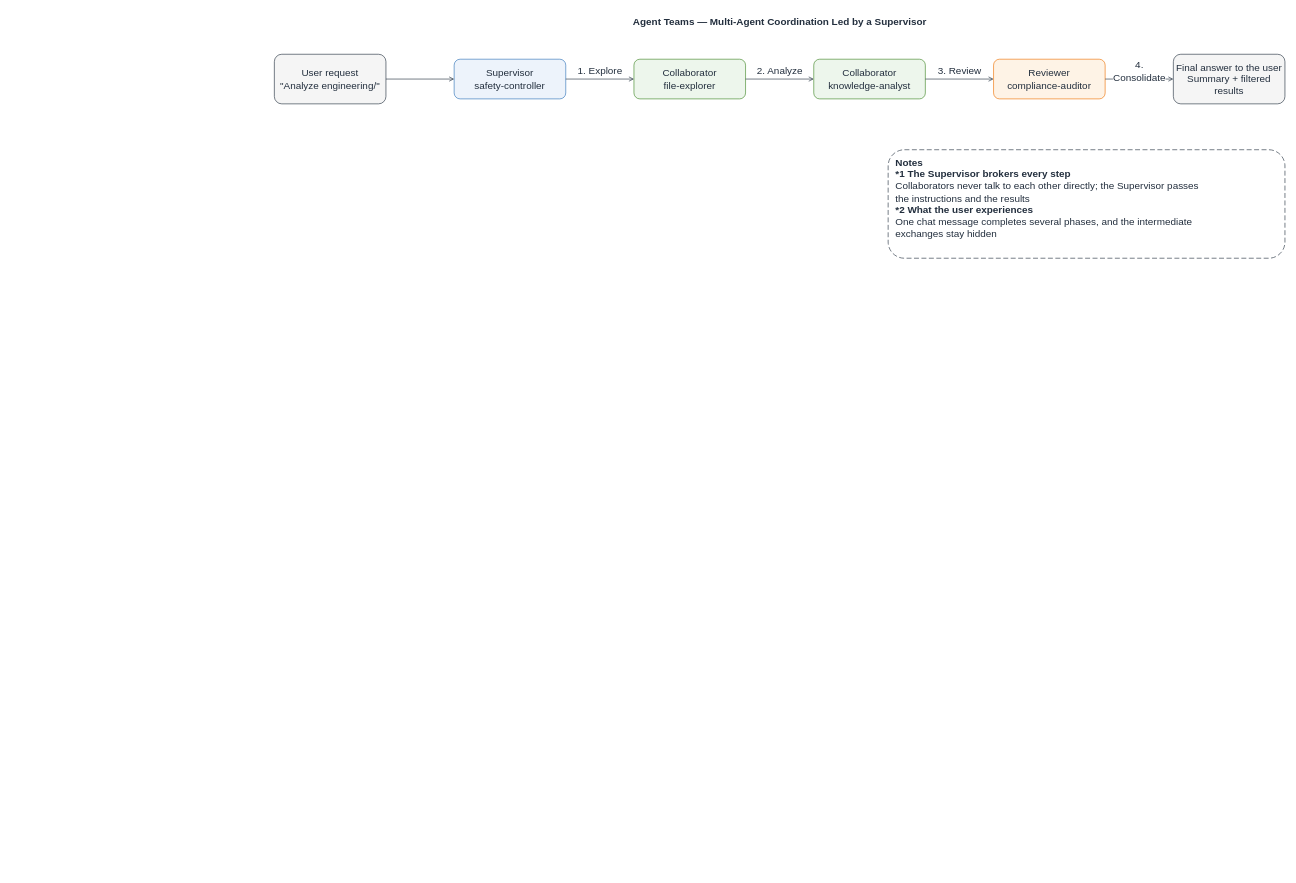
This is docs/diagrams/part3-agent-teams-en.drawio from Yoshiki0705/FSx-for-ONTAP-S3AccessPoints-Serverless-Patterns, a draw.io file, before an edit. Source tidied: cells renumbered, new cells numbered last; positions are measured from the earlier drawing's top-left corner, leaving out a move shared by most shapes. Both pictures are drawn from the tidied source at 62%, with x=0, y=0 at pixel (274, 11).
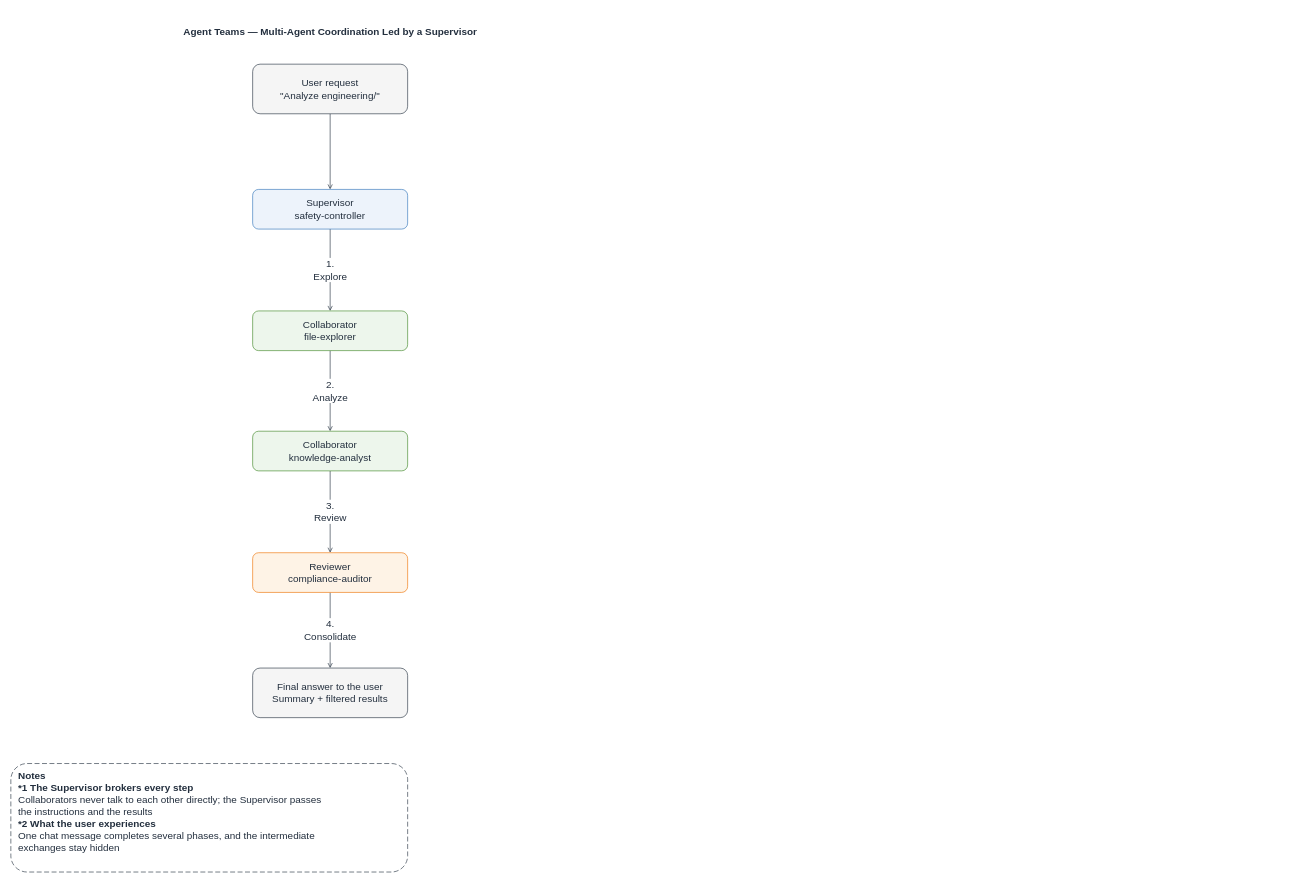
The same diagram, later.

Diff of the diagram source:
```diff
@@
 <mxGraphModel background="#FFFFFF">
   <root>
     <mxCell id="0" />
     <mxCell id="1" parent="0" />
     <mxCell id="2" value="Agent Teams — Multi-Agent Coordination Led by a Supervisor" style="text;html=1;align=center;verticalAlign=middle;fontSize=16;fontStyle=1;fontColor=#232F3E;" parent="1" vertex="1">
-      <mxGeometry width="1630" height="34" as="geometry" />
+      <mxGeometry x="-35" y="16" width="250" height="34" as="geometry" />
     </mxCell>
+    <mxCell id="9" style="edgeStyle=orthogonalEdgeStyle;rounded=0;jettySize=auto;html=1;endArrow=open;endFill=0;strokeColor=#232F3E;strokeWidth=1;fontSize=16;fontColor=#232F3E;labelBackgroundColor=#ffffff;" parent="1" edge="1" source="3" target="4">
+      <mxGeometry relative="1" as="geometry" />
+    </mxCell>
+    <mxCell id="10" value="1.&lt;br&gt;Explore" style="edgeStyle=orthogonalEdgeStyle;rounded=0;jettySize=auto;html=1;endArrow=open;endFill=0;strokeColor=#232F3E;strokeWidth=1;fontSize=16;fontColor=#232F3E;labelBackgroundColor=#ffffff;" parent="1" edge="1" source="4" target="5">
+      <mxGeometry relative="1" as="geometry" />
+    </mxCell>
+    <mxCell id="11" value="2.&lt;br&gt;Analyze" style="edgeStyle=orthogonalEdgeStyle;rounded=0;jettySize=auto;html=1;endArrow=open;endFill=0;strokeColor=#232F3E;strokeWidth=1;fontSize=16;fontColor=#232F3E;labelBackgroundColor=#ffffff;" parent="1" edge="1" source="5" target="6">
+      <mxGeometry relative="1" as="geometry" />
+    </mxCell>
+    <mxCell id="12" value="3.&lt;br&gt;Review" style="edgeStyle=orthogonalEdgeStyle;rounded=0;jettySize=auto;html=1;endArrow=open;endFill=0;strokeColor=#232F3E;strokeWidth=1;fontSize=16;fontColor=#232F3E;labelBackgroundColor=#ffffff;" parent="1" edge="1" source="6" target="7">
+      <mxGeometry relative="1" as="geometry" />
+    </mxCell>
+    <mxCell id="13" value="4.&lt;br&gt;Consolidate" style="edgeStyle=orthogonalEdgeStyle;rounded=0;jettySize=auto;html=1;endArrow=open;endFill=0;strokeColor=#232F3E;strokeWidth=1;fontSize=16;fontColor=#232F3E;labelBackgroundColor=#ffffff;" parent="1" edge="1" source="7" target="8">
+      <mxGeometry relative="1" as="geometry" />
+    </mxCell>
     <mxCell id="3" value="User request&lt;br&gt;&amp;quot;Analyze engineering/&amp;quot;" style="rounded=1;whiteSpace=wrap;html=1;dashed=0;strokeColor=#232F3E;fillColor=#F5F5F5;align=center;verticalAlign=middle;fontSize=16;fontColor=#232F3E;" parent="1" vertex="1">
-      <mxGeometry y="70" width="180" height="80" as="geometry" />
+      <mxGeometry x="-35" y="86" width="250" height="80" as="geometry" />
     </mxCell>
     <mxCell id="4" value="Supervisor&lt;br&gt;safety-controller" style="rounded=1;whiteSpace=wrap;html=1;dashed=0;strokeColor=#2E73B8;fillColor=#EDF3FB;align=center;verticalAlign=middle;fontSize=16;fontColor=#232F3E;" parent="1" vertex="1">
-      <mxGeometry x="290" y="78" width="180" height="64" as="geometry" />
+      <mxGeometry x="-35" y="288" width="250" height="64" as="geometry" />
     </mxCell>
     <mxCell id="5" value="Collaborator&lt;br&gt;file-explorer" style="rounded=1;whiteSpace=wrap;html=1;dashed=0;strokeColor=#3F8624;fillColor=#EDF6EC;align=center;verticalAlign=middle;fontSize=16;fontColor=#232F3E;" parent="1" vertex="1">
-      <mxGeometry x="580" y="78" width="180" height="64" as="geometry" />
+      <mxGeometry x="-35" y="484" width="250" height="64" as="geometry" />
     </mxCell>
     <mxCell id="6" value="Collaborator&lt;br&gt;knowledge-analyst" style="rounded=1;whiteSpace=wrap;html=1;dashed=0;strokeColor=#3F8624;fillColor=#EDF6EC;align=center;verticalAlign=middle;fontSize=16;fontColor=#232F3E;" parent="1" vertex="1">
-      <mxGeometry x="870" y="78" width="180" height="64" as="geometry" />
+      <mxGeometry x="-35" y="678" width="250" height="64" as="geometry" />
     </mxCell>
     <mxCell id="7" value="Reviewer&lt;br&gt;compliance-auditor" style="rounded=1;whiteSpace=wrap;html=1;dashed=0;strokeColor=#ED7100;fillColor=#FEF3E6;align=center;verticalAlign=middle;fontSize=16;fontColor=#232F3E;" parent="1" vertex="1">
-      <mxGeometry x="1160" y="78" width="180" height="64" as="geometry" />
+      <mxGeometry x="-35" y="874" width="250" height="64" as="geometry" />
     </mxCell>
     <mxCell id="8" value="Final answer to the user&lt;br&gt;Summary + filtered results" style="rounded=1;whiteSpace=wrap;html=1;dashed=0;strokeColor=#232F3E;fillColor=#F5F5F5;align=center;verticalAlign=middle;fontSize=16;fontColor=#232F3E;" parent="1" vertex="1">
-      <mxGeometry x="1450" y="70" width="180" height="80" as="geometry" />
+      <mxGeometry x="-35" y="1060" width="250" height="80" as="geometry" />
     </mxCell>
-    <mxCell id="9" style="edgeStyle=orthogonalEdgeStyle;rounded=0;jettySize=auto;html=1;endArrow=open;endFill=0;strokeColor=#232F3E;strokeWidth=1;fontSize=16;fontColor=#232F3E;labelBackgroundColor=#ffffff;" parent="1" edge="1" source="3" target="4">
-      <mxGeometry relative="1" as="geometry" />
-    </mxCell>
-    <mxCell id="10" value="1. Explore" style="edgeStyle=orthogonalEdgeStyle;rounded=0;jettySize=auto;html=1;endArrow=open;endFill=0;strokeColor=#232F3E;strokeWidth=1;fontSize=16;fontColor=#232F3E;labelBackgroundColor=#ffffff;" parent="1" edge="1" source="4" target="5">
-      <mxGeometry relative="1" as="geometry">
-        <mxPoint y="-13" as="offset" />
-      </mxGeometry>
-    </mxCell>
-    <mxCell id="11" value="2. Analyze" style="edgeStyle=orthogonalEdgeStyle;rounded=0;jettySize=auto;html=1;endArrow=open;endFill=0;strokeColor=#232F3E;strokeWidth=1;fontSize=16;fontColor=#232F3E;labelBackgroundColor=#ffffff;" parent="1" edge="1" source="5" target="6">
-      <mxGeometry relative="1" as="geometry">
-        <mxPoint y="-13" as="offset" />
-      </mxGeometry>
-    </mxCell>
-    <mxCell id="12" value="3. Review" style="edgeStyle=orthogonalEdgeStyle;rounded=0;jettySize=auto;html=1;endArrow=open;endFill=0;strokeColor=#232F3E;strokeWidth=1;fontSize=16;fontColor=#232F3E;labelBackgroundColor=#ffffff;" parent="1" edge="1" source="6" target="7">
-      <mxGeometry relative="1" as="geometry">
-        <mxPoint y="-13" as="offset" />
-      </mxGeometry>
-    </mxCell>
-    <mxCell id="13" value="4.&lt;br&gt;Consolidate" style="edgeStyle=orthogonalEdgeStyle;rounded=0;jettySize=auto;html=1;endArrow=open;endFill=0;strokeColor=#232F3E;strokeWidth=1;fontSize=16;fontColor=#232F3E;labelBackgroundColor=#ffffff;" parent="1" edge="1" source="7" target="8">
-      <mxGeometry relative="1" as="geometry">
-        <mxPoint y="-13" as="offset" />
-      </mxGeometry>
-    </mxCell>
     <mxCell id="14" value="&lt;b&gt;Notes&lt;/b&gt;&lt;br&gt;&lt;b&gt;*1 The Supervisor brokers every step&lt;/b&gt;&lt;br&gt;Collaborators never talk to each other directly; the Supervisor passes&lt;br&gt;the instructions and the results&lt;br&gt;&lt;b&gt;*2 What the user experiences&lt;/b&gt;&lt;br&gt;One chat message completes several phases, and the intermediate&lt;br&gt;exchanges stay hidden" style="rounded=1;whiteSpace=wrap;html=1;dashed=1;dashPattern=8 4;strokeColor=#232F3E;fillColor=#FFFFFF;align=left;verticalAlign=top;spacingLeft=10;spacingTop=4;fontSize=16;fontColor=#232F3E;" parent="1" vertex="1">
-      <mxGeometry x="990" y="224" width="640" height="175" as="geometry" />
+      <mxGeometry x="-425" y="1214" width="640" height="175" as="geometry" />
     </mxCell>
   </root>
 </mxGraphModel>
```
